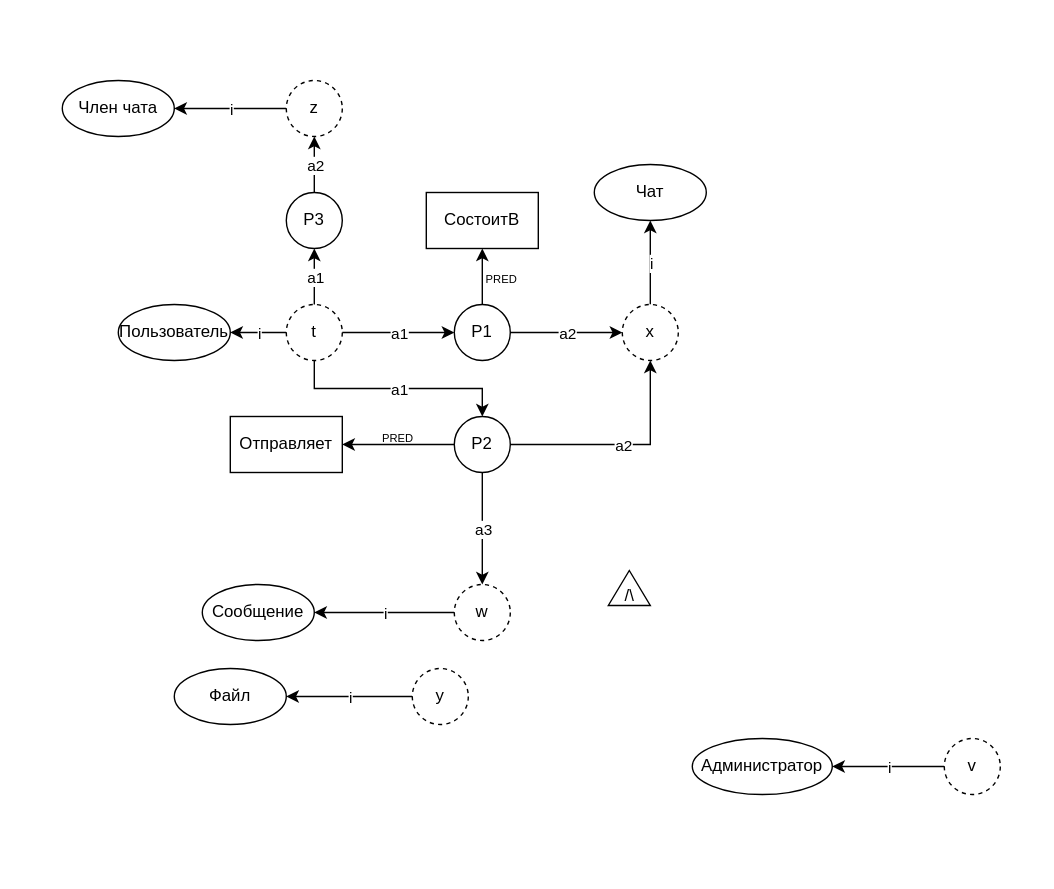
Earlier version of the draw.io diagram Сокращенная семантическая сеть.drawio (marsek4/database). Source tidied: cells renumbered, new cells numbered last; positions are measured from the earlier drawing's top-left corner, leaving out a move shared by most shapes. Both pictures are drawn from the tidied source at 140%, with x=0, y=0 at pixel (62, 80).
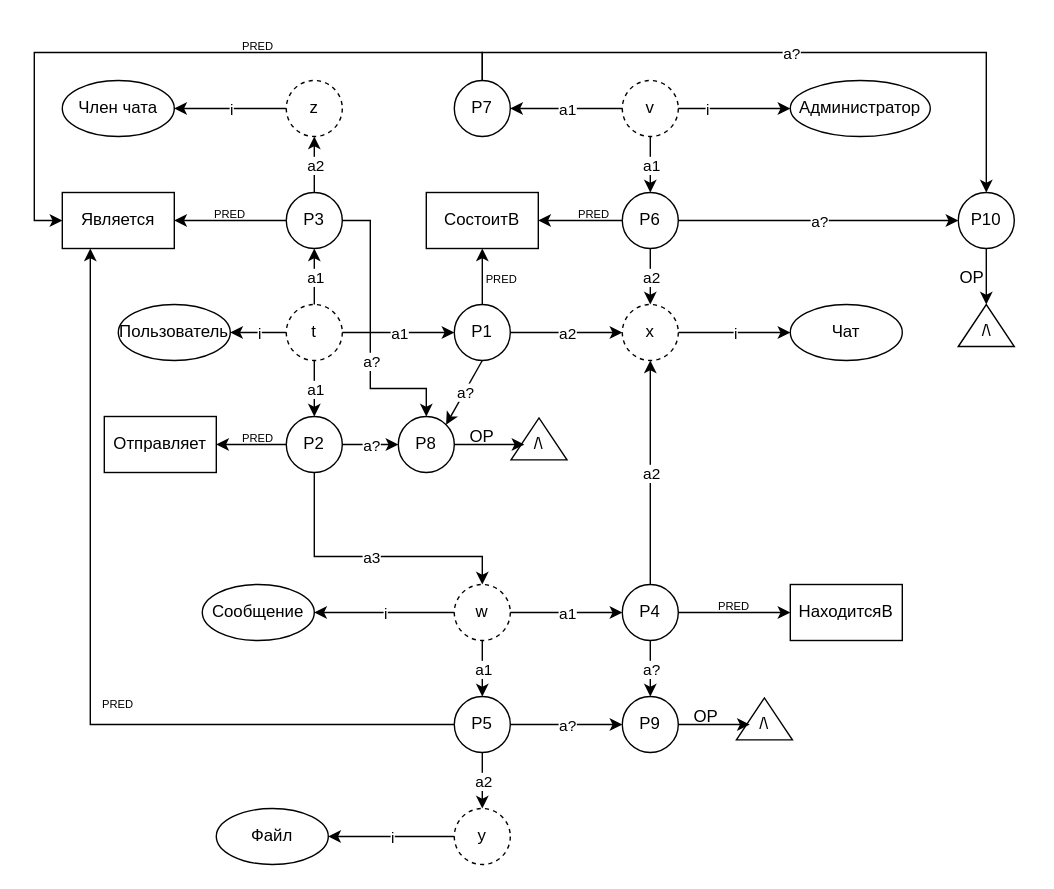
After the change.

Unchanged cells that the change refers to:
```xml
<mxCell id="10" value="t" style="ellipse;whiteSpace=wrap;html=1;align=center;dashed=1;" parent="1" vertex="1">
  <mxGeometry x="160" y="160" width="40" height="40" as="geometry" />
</mxCell>
<mxCell id="13" value="x" style="ellipse;whiteSpace=wrap;html=1;align=center;dashed=1;" parent="1" vertex="1">
  <mxGeometry x="400" y="160" width="40" height="40" as="geometry" />
</mxCell>
<mxCell id="16" value="w" style="ellipse;whiteSpace=wrap;html=1;align=center;dashed=1;" parent="1" vertex="1">
  <mxGeometry x="280" y="360" width="40" height="40" as="geometry" />
</mxCell>
<mxCell id="29" value="СостоитВ" style="rounded=0;whiteSpace=wrap;html=1;" parent="1" vertex="1">
  <mxGeometry x="260" y="80" width="80" height="40" as="geometry" />
</mxCell>
<mxCell id="32" value="P1" style="ellipse;whiteSpace=wrap;html=1;" parent="1" vertex="1">
  <mxGeometry x="280" y="160" width="40" height="40" as="geometry" />
</mxCell>
<mxCell id="47" value="P3" style="ellipse;whiteSpace=wrap;html=1;" parent="1" vertex="1">
  <mxGeometry x="160" y="80" width="40" height="40" as="geometry" />
</mxCell>
```

Change to the diagram source:
```diff
@@
     <mxCell id="3" value="Чат" style="ellipse;whiteSpace=wrap;html=1;" parent="1" vertex="1">
-      <mxGeometry x="380" y="60" width="80" height="40" as="geometry" />
+      <mxGeometry x="520" y="160" width="80" height="40" as="geometry" />
     </mxCell>
@@
     <mxCell id="5" value="Администратор" style="ellipse;whiteSpace=wrap;html=1;" parent="1" vertex="1">
-      <mxGeometry x="450" y="470" width="100" height="40" as="geometry" />
+      <mxGeometry x="520" width="100" height="40" as="geometry" />
     </mxCell>
@@
     <mxCell id="7" value="Файл" style="ellipse;whiteSpace=wrap;html=1;" parent="1" vertex="1">
-      <mxGeometry x="80" y="420" width="80" height="40" as="geometry" />
+      <mxGeometry x="110" y="520" width="80" height="40" as="geometry" />
     </mxCell>
@@
-    <mxCell id="11" style="endArrow=classic;html=1;rounded=0;entryX=0.5;entryY=1;entryDx=0;entryDy=0;exitX=0.5;exitY=0;exitDx=0;exitDy=0;" parent="1" edge="1" source="13" target="3">
+    <mxCell id="11" style="endArrow=classic;html=1;rounded=0;entryX=0;entryY=0.5;entryDx=0;entryDy=0;exitX=1;exitY=0.5;exitDx=0;exitDy=0;" parent="1" edge="1" source="13" target="3">
       <mxGeometry relative="1" as="geometry" />
     </mxCell>
@@
-    <mxCell id="17" style="endArrow=classic;html=1;rounded=0;entryX=1;entryY=0.5;entryDx=0;entryDy=0;exitX=0;exitY=0.5;exitDx=0;exitDy=0;" parent="1" edge="1" source="19" target="5">
+    <mxCell id="17" style="endArrow=classic;html=1;rounded=0;exitX=0;exitY=0.5;exitDx=0;exitDy=0;entryX=0;entryY=0.5;entryDx=0;entryDy=0;" parent="1" edge="1" source="19" target="5">
       <mxGeometry relative="1" as="geometry" />
     </mxCell>
@@
     <mxCell id="19" value="v" style="ellipse;whiteSpace=wrap;html=1;align=center;dashed=1;" parent="1" vertex="1">
-      <mxGeometry x="630" y="470" width="40" height="40" as="geometry" />
+      <mxGeometry x="400" width="40" height="40" as="geometry" />
     </mxCell>
@@
     <mxCell id="25" value="y" style="ellipse;whiteSpace=wrap;html=1;align=center;dashed=1;" parent="1" vertex="1">
-      <mxGeometry x="250" y="420" width="40" height="40" as="geometry" />
+      <mxGeometry x="280" y="520" width="40" height="40" as="geometry" />
     </mxCell>
-    <mxCell id="26" style="group;" parent="1" vertex="1">
-      <mxGeometry x="390" y="350" width="30" height="25" as="geometry" />
-    </mxCell>
-    <mxCell id="27" style="verticalLabelPosition=bottom;verticalAlign=top;html=1;shape=mxgraph.basic.acute_triangle;dx=0.5;" parent="26" vertex="1">
-      <mxGeometry width="30" height="25" as="geometry" />
-    </mxCell>
-    <mxCell id="28" value="/\" style="text;html=1;align=center;verticalAlign=middle;whiteSpace=wrap;rounded=0;" parent="26" vertex="1">
-      <mxGeometry x="7.5" y="10" width="15" height="15" as="geometry" />
-    </mxCell>
@@
     <mxCell id="37" value="P2" style="ellipse;whiteSpace=wrap;html=1;" parent="1" vertex="1">
-      <mxGeometry x="280" y="240" width="40" height="40" as="geometry" />
+      <mxGeometry x="160" y="240" width="40" height="40" as="geometry" />
     </mxCell>
-    <mxCell id="38" style="endArrow=classic;html=1;rounded=0;exitX=0;exitY=0.5;exitDx=0;exitDy=0;" parent="1" edge="1" source="37">
-      <mxGeometry relative="1" as="geometry">
-        <mxPoint x="200" y="260" as="targetPoint" />
-      </mxGeometry>
+    <mxCell id="38" style="endArrow=classic;html=1;rounded=0;exitX=0;exitY=0.5;exitDx=0;exitDy=0;entryX=1;entryY=0.5;entryDx=0;entryDy=0;" parent="1" edge="1" source="37" target="40">
+      <mxGeometry relative="1" as="geometry" />
     </mxCell>
     <mxCell id="39" value="&lt;font style=&quot;font-size: 8px;&quot;&gt;PRED&lt;/font&gt;" style="text;html=1;align=center;verticalAlign=middle;whiteSpace=wrap;rounded=0;" parent="1" vertex="1">
-      <mxGeometry x="210" y="240" width="60" height="30" as="geometry" />
+      <mxGeometry x="110" y="240" width="60" height="30" as="geometry" />
     </mxCell>
     <mxCell id="40" value="Отправляет" style="rounded=0;whiteSpace=wrap;html=1;" parent="1" vertex="1">
-      <mxGeometry x="120" y="240" width="80" height="40" as="geometry" />
+      <mxGeometry x="30" y="240" width="80" height="40" as="geometry" />
     </mxCell>
     <mxCell id="41" style="endArrow=classic;html=1;rounded=0;entryX=0.5;entryY=0;entryDx=0;entryDy=0;exitX=0.5;exitY=1;exitDx=0;exitDy=0;" parent="1" edge="1" source="10" target="37">
       <mxGeometry relative="1" as="geometry">
         <Array as="points">
           <mxPoint x="180" y="220" />
-          <mxPoint x="300" y="220" />
         </Array>
       </mxGeometry>
     </mxCell>
@@
     <mxCell id="43" style="endArrow=classic;html=1;rounded=0;entryX=0.5;entryY=0;entryDx=0;entryDy=0;exitX=0.5;exitY=1;exitDx=0;exitDy=0;" parent="1" edge="1" source="37" target="16">
-      <mxGeometry relative="1" as="geometry" />
+      <mxGeometry relative="1" as="geometry">
+        <Array as="points">
+          <mxPoint x="180" y="340" />
+          <mxPoint x="300" y="340" />
+        </Array>
+      </mxGeometry>
     </mxCell>
@@
-    <mxCell id="45" style="endArrow=classic;html=1;rounded=0;entryX=0.5;entryY=1;entryDx=0;entryDy=0;exitX=1;exitY=0.5;exitDx=0;exitDy=0;" parent="1" edge="1" source="37" target="13">
+    <mxCell id="45" style="endArrow=classic;html=1;rounded=0;entryX=0.5;entryY=1;entryDx=0;entryDy=0;exitX=0.5;exitY=0;exitDx=0;exitDy=0;" parent="1" edge="1" source="53" target="13">
       <mxGeometry relative="1" as="geometry">
         <Array as="points">
+          <mxPoint x="420" y="340" />
           <mxPoint x="420" y="260" />
         </Array>
       </mxGeometry>
     </mxCell>
@@
+    <mxCell id="52" value="Является" style="rounded=0;whiteSpace=wrap;html=1;" parent="1" vertex="1">
+      <mxGeometry y="80" width="80" height="40" as="geometry" />
+    </mxCell>
+    <mxCell id="53" value="P4" style="ellipse;whiteSpace=wrap;html=1;" parent="1" vertex="1">
+      <mxGeometry x="400" y="360" width="40" height="40" as="geometry" />
+    </mxCell>
+    <mxCell id="54" style="endArrow=classic;html=1;rounded=0;entryX=0;entryY=0.5;entryDx=0;entryDy=0;exitX=1;exitY=0.5;exitDx=0;exitDy=0;" parent="1" edge="1" source="16" target="53">
+      <mxGeometry relative="1" as="geometry" />
+    </mxCell>
+    <mxCell id="55" value="a1" style="edgeLabel;html=1;align=center;verticalAlign=middle;" parent="54" vertex="1">
+      <mxGeometry relative="1" as="geometry" />
+    </mxCell>
+    <mxCell id="56" value="НаходитсяВ" style="rounded=0;whiteSpace=wrap;html=1;" parent="1" vertex="1">
+      <mxGeometry x="520" y="360" width="80" height="40" as="geometry" />
+    </mxCell>
+    <mxCell id="57" style="endArrow=classic;html=1;rounded=0;exitX=1;exitY=0.5;exitDx=0;exitDy=0;entryX=0;entryY=0.5;entryDx=0;entryDy=0;" parent="1" edge="1" source="53" target="56">
+      <mxGeometry relative="1" as="geometry" />
+    </mxCell>
+    <mxCell id="58" value="&lt;font style=&quot;font-size: 8px;&quot;&gt;PRED&lt;/font&gt;" style="text;html=1;align=center;verticalAlign=middle;whiteSpace=wrap;rounded=0;" parent="1" vertex="1">
+      <mxGeometry x="450" y="360" width="60" height="30" as="geometry" />
+    </mxCell>
+    <mxCell id="59" style="endArrow=classic;html=1;rounded=0;exitX=0;exitY=0.5;exitDx=0;exitDy=0;entryX=1;entryY=0.5;entryDx=0;entryDy=0;" parent="1" edge="1" source="47" target="52">
+      <mxGeometry relative="1" as="geometry" />
+    </mxCell>
+    <mxCell id="60" value="&lt;font style=&quot;font-size: 8px;&quot;&gt;PRED&lt;/font&gt;" style="text;html=1;align=center;verticalAlign=middle;whiteSpace=wrap;rounded=0;" parent="1" vertex="1">
+      <mxGeometry x="90" y="80" width="60" height="30" as="geometry" />
+    </mxCell>
+    <mxCell id="61" value="P5" style="ellipse;whiteSpace=wrap;html=1;" parent="1" vertex="1">
+      <mxGeometry x="280" y="440" width="40" height="40" as="geometry" />
+    </mxCell>
+    <mxCell id="62" style="endArrow=classic;html=1;rounded=0;entryX=0.5;entryY=0;entryDx=0;entryDy=0;exitX=0.5;exitY=1;exitDx=0;exitDy=0;" parent="1" edge="1" source="16" target="61">
+      <mxGeometry relative="1" as="geometry" />
+    </mxCell>
+    <mxCell id="63" value="a1" style="edgeLabel;html=1;align=center;verticalAlign=middle;" parent="62" vertex="1">
+      <mxGeometry relative="1" as="geometry" />
+    </mxCell>
+    <mxCell id="64" style="endArrow=classic;html=1;rounded=0;entryX=0.5;entryY=0;entryDx=0;entryDy=0;exitX=0.5;exitY=1;exitDx=0;exitDy=0;" parent="1" edge="1" source="61" target="25">
+      <mxGeometry relative="1" as="geometry" />
+    </mxCell>
+    <mxCell id="65" value="a2" style="edgeLabel;html=1;align=center;verticalAlign=middle;" parent="64" vertex="1">
+      <mxGeometry relative="1" as="geometry" />
+    </mxCell>
+    <mxCell id="66" style="endArrow=classic;html=1;rounded=0;exitX=0;exitY=0.5;exitDx=0;exitDy=0;entryX=0.25;entryY=1;entryDx=0;entryDy=0;" parent="1" edge="1" source="61" target="52">
+      <mxGeometry relative="1" as="geometry">
+        <Array as="points">
+          <mxPoint x="20" y="460" />
+        </Array>
+      </mxGeometry>
+    </mxCell>
+    <mxCell id="67" value="&lt;font style=&quot;font-size: 8px;&quot;&gt;PRED&lt;/font&gt;" style="text;html=1;align=center;verticalAlign=middle;whiteSpace=wrap;rounded=0;" parent="1" vertex="1">
+      <mxGeometry x="10" y="430" width="60" height="30" as="geometry" />
+    </mxCell>
+    <mxCell id="68" value="P6" style="ellipse;whiteSpace=wrap;html=1;" parent="1" vertex="1">
+      <mxGeometry x="400" y="80" width="40" height="40" as="geometry" />
+    </mxCell>
+    <mxCell id="69" style="endArrow=classic;html=1;rounded=0;entryX=0.5;entryY=0;entryDx=0;entryDy=0;exitX=0.5;exitY=1;exitDx=0;exitDy=0;" parent="1" edge="1" source="19" target="68">
+      <mxGeometry relative="1" as="geometry" />
+    </mxCell>
+    <mxCell id="70" value="a1" style="edgeLabel;html=1;align=center;verticalAlign=middle;" parent="69" vertex="1">
+      <mxGeometry relative="1" as="geometry" />
+    </mxCell>
+    <mxCell id="71" style="endArrow=classic;html=1;rounded=0;exitX=0;exitY=0.5;exitDx=0;exitDy=0;entryX=1;entryY=0.5;entryDx=0;entryDy=0;" parent="1" edge="1" source="68" target="29">
+      <mxGeometry relative="1" as="geometry" />
+    </mxCell>
+    <mxCell id="72" value="&lt;font style=&quot;font-size: 8px;&quot;&gt;PRED&lt;/font&gt;" style="text;html=1;align=center;verticalAlign=middle;whiteSpace=wrap;rounded=0;" parent="1" vertex="1">
+      <mxGeometry x="350" y="80" width="60" height="30" as="geometry" />
+    </mxCell>
+    <mxCell id="73" style="endArrow=classic;html=1;rounded=0;entryX=0.5;entryY=0;entryDx=0;entryDy=0;exitX=0.5;exitY=1;exitDx=0;exitDy=0;" parent="1" edge="1" source="68" target="13">
+      <mxGeometry relative="1" as="geometry" />
+    </mxCell>
+    <mxCell id="74" value="a2" style="edgeLabel;html=1;align=center;verticalAlign=middle;" parent="73" vertex="1">
+      <mxGeometry relative="1" as="geometry" />
+    </mxCell>
+    <mxCell id="75" value="P7" style="ellipse;whiteSpace=wrap;html=1;" parent="1" vertex="1">
+      <mxGeometry x="280" width="40" height="40" as="geometry" />
+    </mxCell>
+    <mxCell id="76" style="endArrow=classic;html=1;rounded=0;entryX=1;entryY=0.5;entryDx=0;entryDy=0;exitX=0;exitY=0.5;exitDx=0;exitDy=0;" parent="1" edge="1" source="19" target="75">
+      <mxGeometry relative="1" as="geometry" />
+    </mxCell>
+    <mxCell id="77" value="a1" style="edgeLabel;html=1;align=center;verticalAlign=middle;" parent="76" vertex="1">
+      <mxGeometry relative="1" as="geometry" />
+    </mxCell>
+    <mxCell id="78" style="endArrow=classic;html=1;rounded=0;exitX=0.5;exitY=0;exitDx=0;exitDy=0;entryX=0;entryY=0.5;entryDx=0;entryDy=0;" parent="1" edge="1" source="75" target="52">
+      <mxGeometry relative="1" as="geometry">
+        <Array as="points">
+          <mxPoint x="300" y="-20" />
+          <mxPoint x="-20" y="-20" />
+          <mxPoint x="-20" y="100" />
+        </Array>
+      </mxGeometry>
+    </mxCell>
+    <mxCell id="79" value="&lt;font style=&quot;font-size: 8px;&quot;&gt;PRED&lt;/font&gt;" style="text;html=1;align=center;verticalAlign=middle;whiteSpace=wrap;rounded=0;" parent="1" vertex="1">
+      <mxGeometry x="110" y="-40" width="60" height="30" as="geometry" />
+    </mxCell>
+    <mxCell id="80" value="P8" style="ellipse;whiteSpace=wrap;html=1;" parent="1" vertex="1">
+      <mxGeometry x="240" y="240" width="40" height="40" as="geometry" />
+    </mxCell>
+    <mxCell id="81" style="endArrow=classic;html=1;rounded=0;entryX=0.5;entryY=0;entryDx=0;entryDy=0;exitX=1;exitY=0.5;exitDx=0;exitDy=0;" parent="1" edge="1" source="47" target="80">
+      <mxGeometry relative="1" as="geometry">
+        <Array as="points">
+          <mxPoint x="220" y="100" />
+          <mxPoint x="220" y="220" />
+          <mxPoint x="260" y="220" />
+        </Array>
+      </mxGeometry>
+    </mxCell>
+    <mxCell id="82" value="a?" style="edgeLabel;html=1;align=center;verticalAlign=middle;" parent="81" vertex="1">
+      <mxGeometry relative="1" as="geometry">
+        <mxPoint y="20" as="offset" />
+      </mxGeometry>
+    </mxCell>
+    <mxCell id="83" style="endArrow=classic;html=1;rounded=0;entryX=0;entryY=0.5;entryDx=0;entryDy=0;exitX=1;exitY=0.5;exitDx=0;exitDy=0;" parent="1" edge="1" source="37" target="80">
+      <mxGeometry relative="1" as="geometry" />
+    </mxCell>
+    <mxCell id="84" value="a?" style="edgeLabel;html=1;align=center;verticalAlign=middle;" parent="83" vertex="1">
+      <mxGeometry relative="1" as="geometry" />
+    </mxCell>
+    <mxCell id="85" style="group;" parent="1" vertex="1">
+      <mxGeometry x="309" y="241" width="63" height="34" as="geometry" />
+    </mxCell>
+    <mxCell id="86" style="verticalLabelPosition=bottom;verticalAlign=top;html=1;shape=mxgraph.basic.acute_triangle;dx=0.5;" parent="85" vertex="1">
+      <mxGeometry x="11.5" width="40" height="30" as="geometry" />
+    </mxCell>
+    <mxCell id="87" style="group;" parent="85" vertex="1">
+      <mxGeometry y="4" width="63" height="30" as="geometry" />
+    </mxCell>
+    <mxCell id="88" value="\" style="text;html=1;align=center;verticalAlign=middle;whiteSpace=wrap;rounded=0;" parent="87" vertex="1">
+      <mxGeometry x="3" width="60" height="30" as="geometry" />
+    </mxCell>
+    <mxCell id="89" value="/" style="text;html=1;align=center;verticalAlign=middle;whiteSpace=wrap;rounded=0;" parent="87" vertex="1">
+      <mxGeometry width="60" height="30" as="geometry" />
+    </mxCell>
+    <mxCell id="90" style="endArrow=classic;html=1;rounded=0;exitX=1;exitY=0.5;exitDx=0;exitDy=0;entryX=0.35;entryY=0.5;entryDx=0;entryDy=0;entryPerimeter=0;" parent="1" edge="1" source="80" target="89">
+      <mxGeometry relative="1" as="geometry" />
+    </mxCell>
+    <mxCell id="91" value="OP" style="text;html=1;align=center;verticalAlign=middle;whiteSpace=wrap;rounded=0;" parent="1" vertex="1">
+      <mxGeometry x="270" y="240" width="60" height="30" as="geometry" />
+    </mxCell>
+    <mxCell id="92" style="endArrow=classic;html=1;rounded=0;entryX=1;entryY=0;entryDx=0;entryDy=0;exitX=0.5;exitY=1;exitDx=0;exitDy=0;" parent="1" edge="1" source="32" target="80">
+      <mxGeometry relative="1" as="geometry" />
+    </mxCell>
+    <mxCell id="93" value="a?" style="edgeLabel;html=1;align=center;verticalAlign=middle;" parent="92" vertex="1">
+      <mxGeometry relative="1" as="geometry" />
+    </mxCell>
+    <mxCell id="94" value="P9" style="ellipse;whiteSpace=wrap;html=1;" parent="1" vertex="1">
+      <mxGeometry x="400" y="440" width="40" height="40" as="geometry" />
+    </mxCell>
+    <mxCell id="95" style="endArrow=classic;html=1;rounded=0;entryX=0.5;entryY=0;entryDx=0;entryDy=0;exitX=0.5;exitY=1;exitDx=0;exitDy=0;" parent="1" edge="1" source="53" target="94">
+      <mxGeometry relative="1" as="geometry" />
+    </mxCell>
+    <mxCell id="96" value="a?" style="edgeLabel;html=1;align=center;verticalAlign=middle;" parent="95" vertex="1">
+      <mxGeometry relative="1" as="geometry" />
+    </mxCell>
+    <mxCell id="97" style="endArrow=classic;html=1;rounded=0;entryX=0;entryY=0.5;entryDx=0;entryDy=0;exitX=1;exitY=0.5;exitDx=0;exitDy=0;" parent="1" edge="1" source="61" target="94">
+      <mxGeometry relative="1" as="geometry" />
+    </mxCell>
+    <mxCell id="98" value="a?" style="edgeLabel;html=1;align=center;verticalAlign=middle;" parent="97" vertex="1">
+      <mxGeometry relative="1" as="geometry" />
+    </mxCell>
+    <mxCell id="99" style="group;" parent="1" vertex="1">
+      <mxGeometry x="470" y="441" width="63" height="34" as="geometry" />
+    </mxCell>
+    <mxCell id="100" style="verticalLabelPosition=bottom;verticalAlign=top;html=1;shape=mxgraph.basic.acute_triangle;dx=0.5;" parent="99" vertex="1">
+      <mxGeometry x="11.5" width="40" height="30" as="geometry" />
+    </mxCell>
+    <mxCell id="101" style="group;" parent="99" vertex="1">
+      <mxGeometry y="4" width="63" height="30" as="geometry" />
+    </mxCell>
+    <mxCell id="102" value="\" style="text;html=1;align=center;verticalAlign=middle;whiteSpace=wrap;rounded=0;" parent="101" vertex="1">
+      <mxGeometry x="3" width="60" height="30" as="geometry" />
+    </mxCell>
+    <mxCell id="103" value="/" style="text;html=1;align=center;verticalAlign=middle;whiteSpace=wrap;rounded=0;" parent="101" vertex="1">
+      <mxGeometry width="60" height="30" as="geometry" />
+    </mxCell>
+    <mxCell id="104" style="endArrow=classic;html=1;rounded=0;exitX=1;exitY=0.5;exitDx=0;exitDy=0;entryX=0.35;entryY=0.5;entryDx=0;entryDy=0;entryPerimeter=0;" parent="1" edge="1" source="94" target="103">
+      <mxGeometry relative="1" as="geometry" />
+    </mxCell>
+    <mxCell id="105" value="OP" style="text;html=1;align=center;verticalAlign=middle;whiteSpace=wrap;rounded=0;" parent="1" vertex="1">
+      <mxGeometry x="430" y="440" width="60" height="30" as="geometry" />
+    </mxCell>
+    <mxCell id="106" style="endArrow=classic;html=1;rounded=0;exitX=0.5;exitY=0;exitDx=0;exitDy=0;entryX=0.5;entryY=0;entryDx=0;entryDy=0;" parent="1" edge="1" source="75" target="110">
+      <mxGeometry relative="1" as="geometry">
+        <Array as="points">
+          <mxPoint x="300" y="-20" />
+          <mxPoint x="660" y="-20" />
+        </Array>
+      </mxGeometry>
+    </mxCell>
+    <mxCell id="107" value="a?" style="edgeLabel;html=1;align=center;verticalAlign=middle;" parent="106" vertex="1">
+      <mxGeometry relative="1" as="geometry" />
+    </mxCell>
+    <mxCell id="108" style="endArrow=classic;html=1;rounded=0;exitX=1;exitY=0.5;exitDx=0;exitDy=0;entryX=0;entryY=0.5;entryDx=0;entryDy=0;" parent="1" edge="1" source="68" target="110">
+      <mxGeometry relative="1" as="geometry" />
+    </mxCell>
+    <mxCell id="109" value="a?" style="edgeLabel;html=1;align=center;verticalAlign=middle;" parent="108" vertex="1">
+      <mxGeometry relative="1" as="geometry" />
+    </mxCell>
+    <mxCell id="110" value="P10" style="ellipse;whiteSpace=wrap;html=1;" parent="1" vertex="1">
+      <mxGeometry x="640" y="80" width="40" height="40" as="geometry" />
+    </mxCell>
+    <mxCell id="111" style="group;" parent="1" vertex="1">
+      <mxGeometry x="628.5" y="160" width="63" height="34" as="geometry" />
+    </mxCell>
+    <mxCell id="112" style="verticalLabelPosition=bottom;verticalAlign=top;html=1;shape=mxgraph.basic.acute_triangle;dx=0.5;" parent="111" vertex="1">
+      <mxGeometry x="11.5" width="40" height="30" as="geometry" />
+    </mxCell>
+    <mxCell id="113" style="group;" parent="111" vertex="1">
+      <mxGeometry y="4" width="63" height="30" as="geometry" />
+    </mxCell>
+    <mxCell id="114" value="\" style="text;html=1;align=center;verticalAlign=middle;whiteSpace=wrap;rounded=0;" parent="113" vertex="1">
+      <mxGeometry x="3" width="60" height="30" as="geometry" />
+    </mxCell>
+    <mxCell id="115" value="/" style="text;html=1;align=center;verticalAlign=middle;whiteSpace=wrap;rounded=0;" parent="113" vertex="1">
+      <mxGeometry width="60" height="30" as="geometry" />
+    </mxCell>
+    <mxCell id="116" style="endArrow=classic;html=1;rounded=0;exitX=0.5;exitY=1;exitDx=0;exitDy=0;" parent="1" edge="1" source="110">
+      <mxGeometry relative="1" as="geometry">
+        <mxPoint x="660" y="160" as="targetPoint" />
+      </mxGeometry>
+    </mxCell>
+    <mxCell id="117" value="OP" style="text;html=1;align=center;verticalAlign=middle;whiteSpace=wrap;rounded=0;" parent="1" vertex="1">
+      <mxGeometry x="620" y="126" width="60" height="30" as="geometry" />
+    </mxCell>
```
